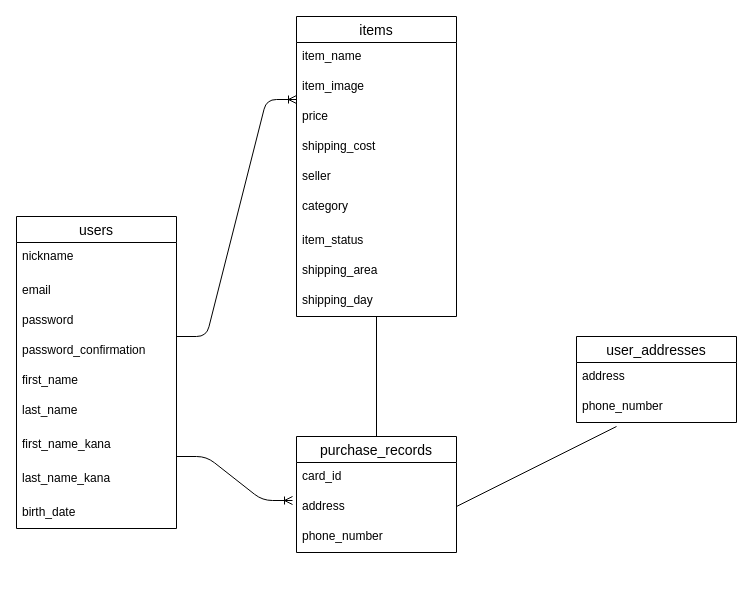
Miki1128/furima-31058 keeps this draw.io diagram as config/furima.dio. Above is the earlier version. Source tidied: cells renumbered, new cells numbered last; positions are measured from the earlier drawing's top-left corner, leaving out a move shared by most shapes. Both pictures are drawn from the tidied source at 100%, with x=0, y=0 at pixel (16, 16).
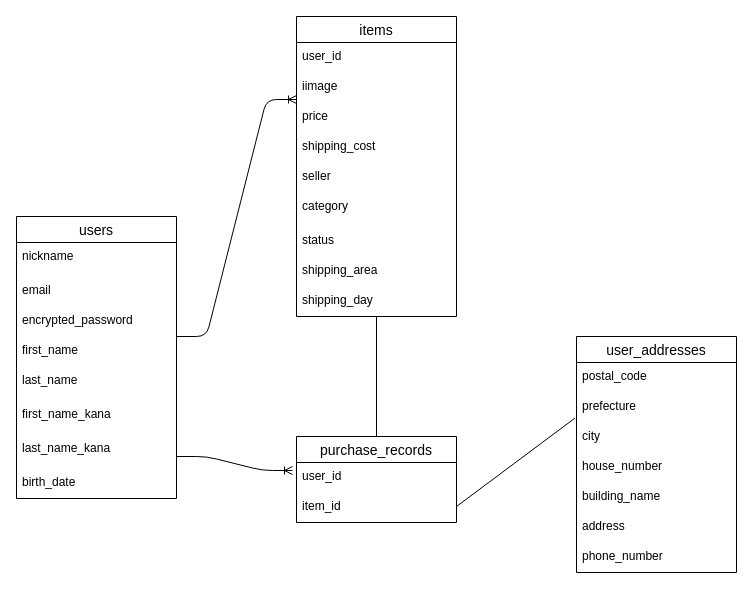
After the change.

Commit message (it also covers changes not shown here):
データベース設計2

The change refers to these unchanged cells:
```xml
<mxCell id="12" value="items" style="swimlane;fontStyle=0;horizontal=1;startSize=26;align=center;fontSize=14;" parent="1" vertex="1">
  <mxGeometry x="280" width="160" height="300" as="geometry" />
</mxCell>
```

The edit, as a diff of the source:
```diff
@@
     <mxCell id="2" value="users" style="swimlane;fontStyle=0;horizontal=1;startSize=26;align=center;fontSize=14;" parent="1" vertex="1">
-      <mxGeometry y="200" width="160" height="312" as="geometry" />
+      <mxGeometry y="200" width="160" height="282" as="geometry" />
     </mxCell>
@@
-    <mxCell id="5" value="password&#10;&#10;" style="text;strokeColor=none;fillColor=none;spacingLeft=4;spacingRight=4;overflow=hidden;fontSize=12;" parent="2" vertex="1">
+    <mxCell id="5" value="encrypted_password" style="text;strokeColor=none;fillColor=none;spacingLeft=4;spacingRight=4;overflow=hidden;fontSize=12;" parent="2" vertex="1">
       <mxGeometry y="90" width="160" height="30" as="geometry" />
     </mxCell>
-    <mxCell id="6" value="password_confirmation" style="text;strokeColor=none;fillColor=none;spacingLeft=4;spacingRight=4;overflow=hidden;fontSize=12;" parent="2" vertex="1">
-      <mxGeometry y="120" width="160" height="30" as="geometry" />
-    </mxCell>
     <mxCell id="7" value="first_name&#10;" style="text;strokeColor=none;fillColor=none;spacingLeft=4;spacingRight=4;overflow=hidden;fontSize=12;" parent="2" vertex="1">
-      <mxGeometry y="150" width="160" height="30" as="geometry" />
+      <mxGeometry y="120" width="160" height="30" as="geometry" />
     </mxCell>
     <mxCell id="8" value="last_name&#10;" style="text;strokeColor=none;fillColor=none;spacingLeft=4;spacingRight=4;overflow=hidden;fontSize=12;" parent="2" vertex="1">
-      <mxGeometry y="180" width="160" height="34" as="geometry" />
+      <mxGeometry y="150" width="160" height="34" as="geometry" />
     </mxCell>
     <mxCell id="9" value="first_name_kana" style="text;strokeColor=none;fillColor=none;spacingLeft=4;spacingRight=4;overflow=hidden;fontSize=12;" parent="2" vertex="1">
-      <mxGeometry y="214" width="160" height="34" as="geometry" />
+      <mxGeometry y="184" width="160" height="34" as="geometry" />
     </mxCell>
     <mxCell id="10" value="last_name_kana&#10;" style="text;strokeColor=none;fillColor=none;spacingLeft=4;spacingRight=4;overflow=hidden;fontSize=12;" parent="2" vertex="1">
-      <mxGeometry y="248" width="160" height="34" as="geometry" />
+      <mxGeometry y="218" width="160" height="34" as="geometry" />
     </mxCell>
     <mxCell id="11" value="birth_date&#10;" style="text;strokeColor=none;fillColor=none;spacingLeft=4;spacingRight=4;overflow=hidden;fontSize=12;" parent="2" vertex="1">
-      <mxGeometry y="282" width="160" height="30" as="geometry" />
+      <mxGeometry y="252" width="160" height="30" as="geometry" />
     </mxCell>
@@
-    <mxCell id="13" value="item_name" style="text;strokeColor=none;fillColor=none;spacingLeft=4;spacingRight=4;overflow=hidden;fontSize=12;" parent="12" vertex="1">
+    <mxCell id="13" value="user_id" style="text;strokeColor=none;fillColor=none;spacingLeft=4;spacingRight=4;overflow=hidden;fontSize=12;" parent="12" vertex="1">
       <mxGeometry y="26" width="160" height="30" as="geometry" />
     </mxCell>
-    <mxCell id="14" value="item_image" style="text;strokeColor=none;fillColor=none;spacingLeft=4;spacingRight=4;overflow=hidden;points=[[0,0.5],[1,0.5]];portConstraint=eastwest;fontSize=12;" parent="12" vertex="1">
+    <mxCell id="14" value="iimage" style="text;strokeColor=none;fillColor=none;spacingLeft=4;spacingRight=4;overflow=hidden;points=[[0,0.5],[1,0.5]];portConstraint=eastwest;fontSize=12;" parent="12" vertex="1">
       <mxGeometry y="56" width="160" height="30" as="geometry" />
     </mxCell>
@@
-    <mxCell id="19" value="item_status" style="text;strokeColor=none;fillColor=none;spacingLeft=4;spacingRight=4;overflow=hidden;fontSize=12;" parent="12" vertex="1">
+    <mxCell id="19" value="status" style="text;strokeColor=none;fillColor=none;spacingLeft=4;spacingRight=4;overflow=hidden;fontSize=12;" parent="12" vertex="1">
       <mxGeometry y="210" width="160" height="30" as="geometry" />
     </mxCell>
@@
     <mxCell id="22" value="purchase_records" style="swimlane;fontStyle=0;horizontal=1;startSize=26;align=center;fontSize=14;" parent="1" vertex="1">
-      <mxGeometry x="280" y="420" width="160" height="116" as="geometry" />
+      <mxGeometry x="280" y="420" width="160" height="86" as="geometry" />
     </mxCell>
-    <mxCell id="23" value="card_id" style="text;strokeColor=none;fillColor=none;spacingLeft=4;spacingRight=4;overflow=hidden;fontSize=12;" parent="22" vertex="1">
-      <mxGeometry y="26" width="160" height="30" as="geometry" />
-    </mxCell>
-    <mxCell id="24" value="address" style="text;strokeColor=none;fillColor=none;spacingLeft=4;spacingRight=4;overflow=hidden;points=[[0,0.5],[1,0.5]];portConstraint=eastwest;fontSize=12;" parent="22" vertex="1">
-      <mxGeometry y="56" width="160" height="30" as="geometry" />
+    <mxCell id="24" value="user_id" style="text;strokeColor=none;fillColor=none;spacingLeft=4;spacingRight=4;overflow=hidden;points=[[0,0.5],[1,0.5]];portConstraint=eastwest;fontSize=12;" parent="22" vertex="1">
+      <mxGeometry y="26" width="160" height="30" as="geometry" />
     </mxCell>
-    <mxCell id="25" value="phone_number" style="text;strokeColor=none;fillColor=none;spacingLeft=4;spacingRight=4;overflow=hidden;fontSize=12;" parent="22" vertex="1">
-      <mxGeometry y="86" width="160" height="30" as="geometry" />
+    <mxCell id="25" value="item_id" style="text;strokeColor=none;fillColor=none;spacingLeft=4;spacingRight=4;overflow=hidden;fontSize=12;" parent="22" vertex="1">
+      <mxGeometry y="56" width="160" height="30" as="geometry" />
     </mxCell>
     <mxCell id="26" value="user_addresses" style="swimlane;fontStyle=0;horizontal=1;startSize=26;align=center;fontSize=14;" parent="1" vertex="1">
-      <mxGeometry x="560" y="320" width="160" height="86" as="geometry" />
+      <mxGeometry x="560" y="320" width="160" height="236" as="geometry" />
     </mxCell>
-    <mxCell id="27" value="address" style="text;strokeColor=none;fillColor=none;spacingLeft=4;spacingRight=4;overflow=hidden;fontSize=12;" parent="26" vertex="1">
+    <mxCell id="27" value="postal_code" style="text;strokeColor=none;fillColor=none;spacingLeft=4;spacingRight=4;overflow=hidden;fontSize=12;" parent="26" vertex="1">
       <mxGeometry y="26" width="160" height="30" as="geometry" />
     </mxCell>
-    <mxCell id="28" value="phone_number" style="text;strokeColor=none;fillColor=none;spacingLeft=4;spacingRight=4;overflow=hidden;points=[[0,0.5],[1,0.5]];portConstraint=eastwest;fontSize=12;" parent="26" vertex="1">
+    <mxCell id="28" value="prefecture" style="text;strokeColor=none;fillColor=none;spacingLeft=4;spacingRight=4;overflow=hidden;points=[[0,0.5],[1,0.5]];portConstraint=eastwest;fontSize=12;" parent="26" vertex="1">
       <mxGeometry y="56" width="160" height="30" as="geometry" />
     </mxCell>
+    <mxCell id="33" value="city" style="text;strokeColor=none;fillColor=none;spacingLeft=4;spacingRight=4;overflow=hidden;points=[[0,0.5],[1,0.5]];portConstraint=eastwest;fontSize=12;" parent="26" vertex="1">
+      <mxGeometry y="86" width="160" height="30" as="geometry" />
+    </mxCell>
+    <mxCell id="34" value="house_number" style="text;strokeColor=none;fillColor=none;spacingLeft=4;spacingRight=4;overflow=hidden;fontSize=12;" parent="26" vertex="1">
+      <mxGeometry y="116" width="160" height="30" as="geometry" />
+    </mxCell>
+    <mxCell id="35" value="building_name" style="text;strokeColor=none;fillColor=none;spacingLeft=4;spacingRight=4;overflow=hidden;fontSize=12;" parent="26" vertex="1">
+      <mxGeometry y="146" width="160" height="30" as="geometry" />
+    </mxCell>
+    <mxCell id="36" value="address" style="text;strokeColor=none;fillColor=none;spacingLeft=4;spacingRight=4;overflow=hidden;fontSize=12;" parent="26" vertex="1">
+      <mxGeometry y="176" width="160" height="30" as="geometry" />
+    </mxCell>
+    <mxCell id="37" value="phone_number" style="text;strokeColor=none;fillColor=none;spacingLeft=4;spacingRight=4;overflow=hidden;fontSize=12;" parent="26" vertex="1">
+      <mxGeometry y="206" width="160" height="30" as="geometry" />
+    </mxCell>
@@
-    <mxCell id="32" style="endArrow=none;html=1;rounded=0;entryX=0.25;entryY=1.133;entryDx=0;entryDy=0;entryPerimeter=0;" parent="1" edge="1" target="28">
+    <mxCell id="32" style="endArrow=none;html=1;rounded=0;entryX=-0.01;entryY=-0.144;entryDx=0;entryDy=0;entryPerimeter=0;" parent="1" edge="1" target="33">
       <mxGeometry relative="1" as="geometry">
         <mxPoint x="440" y="490" as="sourcePoint" />
       </mxGeometry>
     </mxCell>
```
